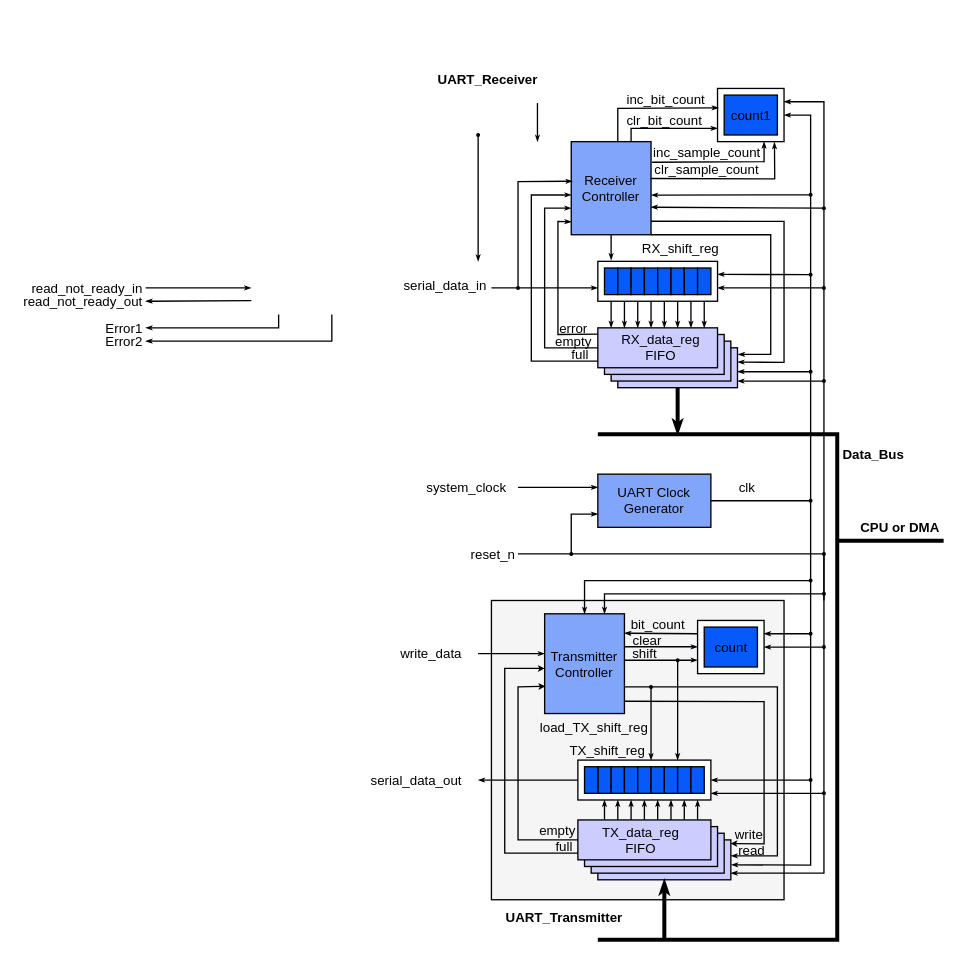
Earlier version of the draw.io diagram page "block_diagram" (3 of 10) of doc/UART.drawio (lampn0/uart_vlsi). Source tidied: cells renumbered, new cells numbered last; positions are measured from the earlier drawing's top-left corner, leaving out a move shared by most shapes. Both pictures are drawn from the tidied source at 133%, with x=0, y=0 at pixel (25, 68).
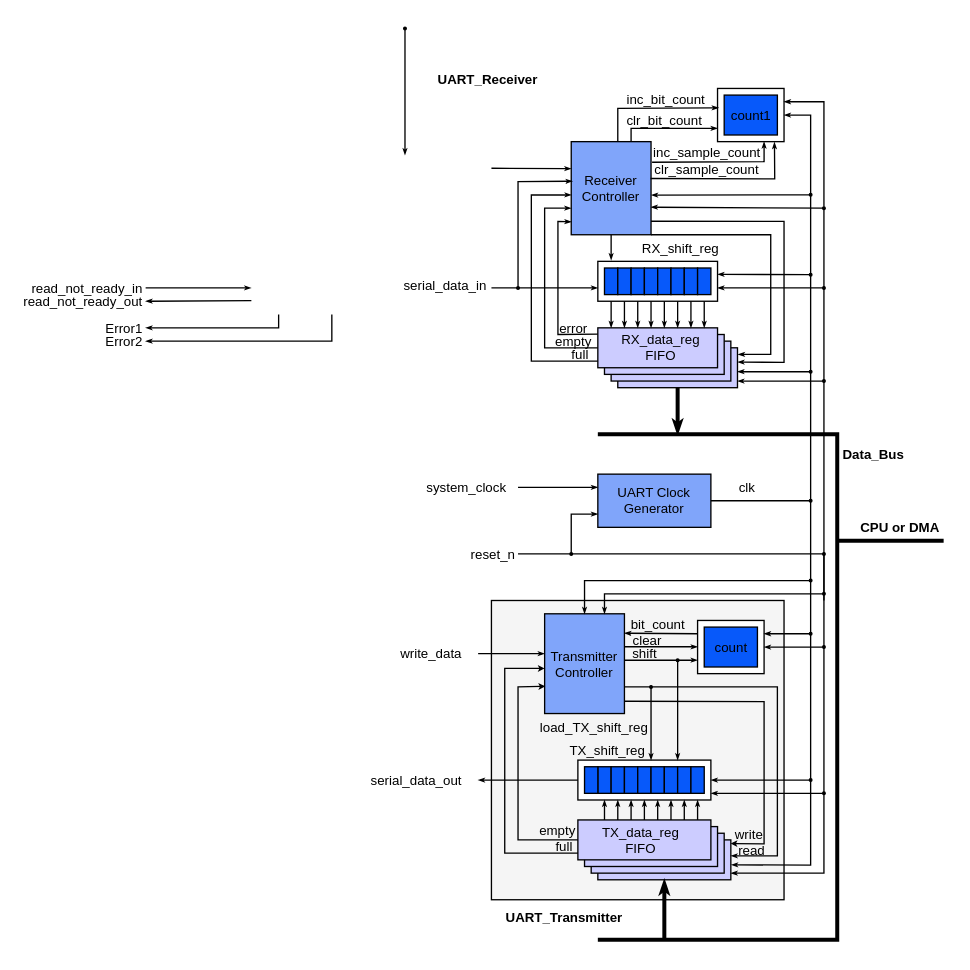
Above is the later version.

What changed in the source:
```diff
@@
     <mxCell id="39" style="endArrow=classicThin;html=1;rounded=0;endFill=1;endSize=2;startSize=2;startArrow=oval;startFill=1;" parent="1" edge="1">
       <mxGeometry relative="1" as="geometry">
-        <mxPoint x="340" y="50" as="sourcePoint" />
-        <mxPoint x="340" y="145" as="targetPoint" />
+        <mxPoint x="285" y="-30" as="sourcePoint" />
+        <mxPoint x="285" y="65" as="targetPoint" />
       </mxGeometry>
     </mxCell>
@@
-    <mxCell id="128" style="endArrow=classicThin;html=1;rounded=0;endFill=1;endSize=2;startSize=6;exitX=0.5;exitY=1;exitDx=0;exitDy=0;" parent="1" edge="1">
+    <mxCell id="128" style="endArrow=classicThin;html=1;rounded=0;endFill=1;endSize=2;startSize=6;" parent="1" edge="1">
       <mxGeometry relative="1" as="geometry">
-        <mxPoint x="384.6" y="26" as="sourcePoint" />
-        <mxPoint x="384.6" y="55" as="targetPoint" />
+        <mxPoint x="350" y="75" as="sourcePoint" />
+        <mxPoint x="410" y="75.3" as="targetPoint" />
       </mxGeometry>
     </mxCell>
```
